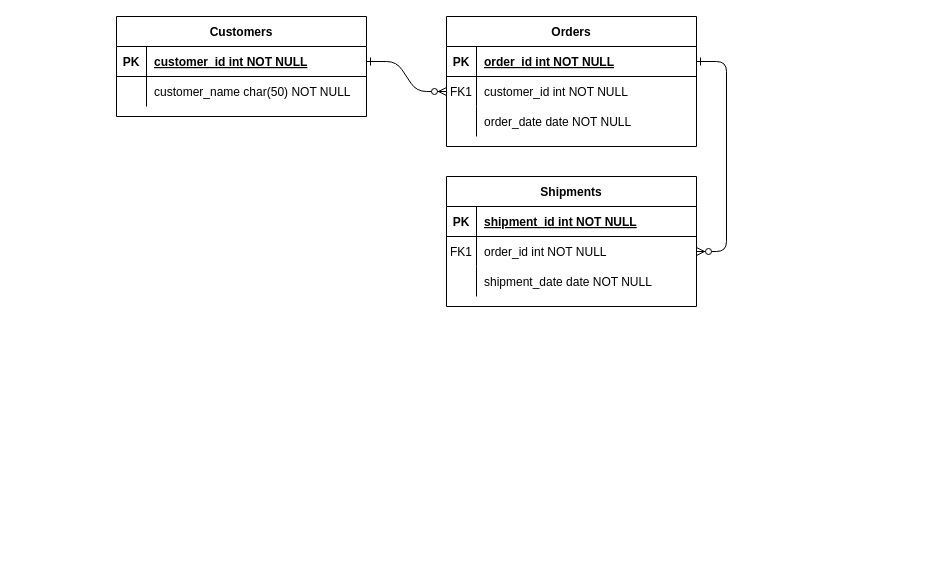
This is Diagrama sem nome.drawio from dogivaldahora/Atividade_1, a draw.io file, before an edit. Source tidied: cells renumbered, new cells numbered last; positions are measured from the earlier drawing's top-left corner, leaving out a move shared by most shapes. Both pictures are drawn from the tidied source at 100%, with x=0, y=0 at pixel (116, 16).
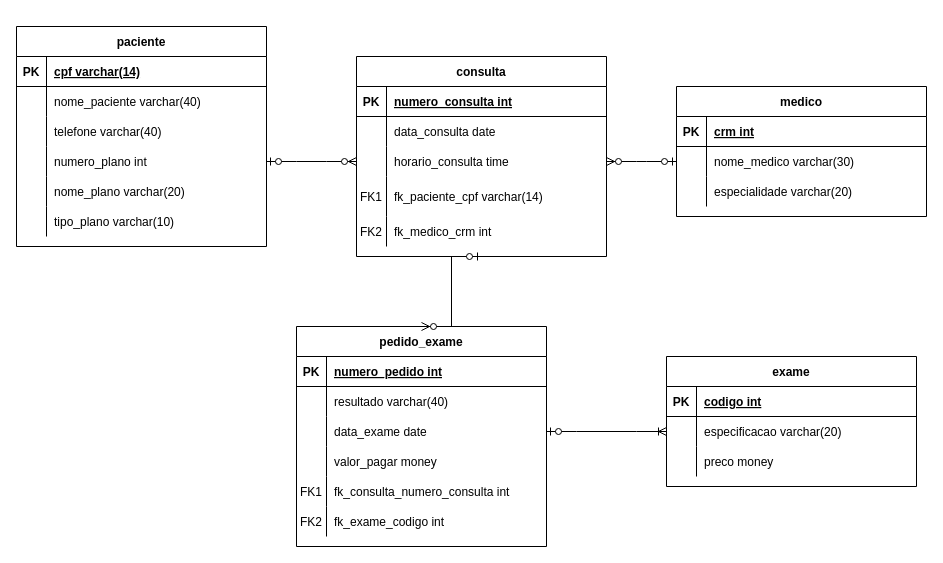
The same page after the edit.

The change refers to these unchanged cells:
```xml
<mxCell id="5" style="shape=partialRectangle;fillColor=none;points=[[0,0.5],[1,0.5]];portConstraint=eastwest;top=0;left=0;right=0;bottom=1;" parent="4" vertex="1">
  <mxGeometry y="30" width="250" height="30" as="geometry" />
</mxCell>
<mxCell id="8" style="shape=partialRectangle;fillColor=none;points=[[0,0.5],[1,0.5]];portConstraint=eastwest;top=0;left=0;right=0;bottom=0;" parent="4" vertex="1">
  <mxGeometry y="60" width="250" height="30" as="geometry" />
</mxCell>
<mxCell id="11" style="shape=partialRectangle;fillColor=none;top=0;left=0;right=0;bottom=0;" parent="4" vertex="1">
  <mxGeometry y="90" width="250" height="30" as="geometry" />
</mxCell>
<mxCell id="15" style="shape=partialRectangle;fillColor=none;top=0;left=0;right=0;bottom=1;" parent="14" vertex="1">
  <mxGeometry y="30" width="250" height="30" as="geometry" />
</mxCell>
<mxCell id="18" style="shape=partialRectangle;fillColor=none;points=[[0,0.5],[1,0.5]];portConstraint=eastwest;top=0;left=0;right=0;bottom=0;" parent="14" vertex="1">
  <mxGeometry y="60" width="250" height="30" as="geometry" />
</mxCell>
<mxCell id="21" style="shape=partialRectangle;fillColor=none;top=0;left=0;right=0;bottom=0;" parent="14" vertex="1">
  <mxGeometry y="90" width="250" height="30" as="geometry" />
</mxCell>
<mxCell id="25" style="shape=partialRectangle;fillColor=none;points=[[0,0.5],[1,0.5]];portConstraint=eastwest;top=0;left=0;right=0;bottom=1;" parent="24" vertex="1">
  <mxGeometry y="30" width="250" height="30" as="geometry" />
</mxCell>
<mxCell id="28" style="shape=partialRectangle;fillColor=none;top=0;left=0;right=0;bottom=0;" parent="24" vertex="1">
  <mxGeometry y="60" width="250" height="30" as="geometry" />
</mxCell>
```

The edit, as a diff of the source:
```diff
@@
-    <mxCell id="2" style="edgeStyle=entityRelationEdgeStyle;endArrow=ERzeroToMany;startArrow=ERone;endFill=1;startFill=0;" parent="1" edge="1" source="25" target="8">
-      <mxGeometry relative="1" as="geometry" />
-    </mxCell>
-    <mxCell id="3" style="edgeStyle=entityRelationEdgeStyle;endArrow=ERzeroToMany;startArrow=ERone;endFill=1;startFill=0;" parent="1" edge="1" source="5" target="18">
-      <mxGeometry relative="1" as="geometry" />
-    </mxCell>
-    <mxCell id="4" value="Orders" style="shape=table;startSize=30;childLayout=tableLayout;rowLines=0;fontStyle=1;align=center;" parent="1" vertex="1">
-      <mxGeometry x="330" width="250" height="130" as="geometry" />
+    <mxCell id="4" value="medico" style="shape=table;startSize=30;childLayout=tableLayout;rowLines=0;fontStyle=1;align=center;" parent="1" vertex="1">
+      <mxGeometry x="560" y="70" width="250" height="130" as="geometry" />
     </mxCell>
@@
-    <mxCell id="7" value="order_id int NOT NULL " style="shape=partialRectangle;overflow=hidden;fillColor=none;top=0;left=0;bottom=0;right=0;align=left;spacingLeft=6;fontStyle=5;" parent="5" vertex="1">
+    <mxCell id="7" value="crm int" style="shape=partialRectangle;overflow=hidden;fillColor=none;top=0;left=0;bottom=0;right=0;align=left;spacingLeft=6;fontStyle=5;" parent="5" vertex="1">
       <mxGeometry x="30" width="220" height="30" as="geometry" />
     </mxCell>
@@
-    <mxCell id="9" value="FK1" style="shape=partialRectangle;overflow=hidden;fillColor=none;top=0;left=0;bottom=0;right=0;" parent="8" vertex="1">
+    <mxCell id="9" style="shape=partialRectangle;overflow=hidden;fillColor=none;top=0;left=0;bottom=0;right=0;" parent="8" vertex="1">
       <mxGeometry width="30" height="30" as="geometry" />
     </mxCell>
-    <mxCell id="10" value="customer_id int NOT NULL" style="shape=partialRectangle;overflow=hidden;fillColor=none;top=0;left=0;bottom=0;right=0;align=left;spacingLeft=6;" parent="8" vertex="1">
+    <mxCell id="10" value="nome_medico varchar(30)" style="shape=partialRectangle;overflow=hidden;fillColor=none;top=0;left=0;bottom=0;right=0;align=left;spacingLeft=6;" parent="8" vertex="1">
       <mxGeometry x="30" width="220" height="30" as="geometry" />
     </mxCell>
@@
-    <mxCell id="13" value="order_date date NOT NULL" style="shape=partialRectangle;overflow=hidden;fillColor=none;top=0;left=0;bottom=0;right=0;align=left;spacingLeft=6;" parent="11" vertex="1">
+    <mxCell id="13" value="especialidade varchar(20)" style="shape=partialRectangle;overflow=hidden;fillColor=none;top=0;left=0;bottom=0;right=0;align=left;spacingLeft=6;" parent="11" vertex="1">
       <mxGeometry x="30" width="220" height="30" as="geometry" />
     </mxCell>
-    <mxCell id="14" value="Shipments" style="shape=table;startSize=30;childLayout=tableLayout;rowLines=0;fontStyle=1;align=center;" parent="1" vertex="1">
-      <mxGeometry x="330" y="160" width="250" height="130" as="geometry" />
+    <mxCell id="14" value="exame" style="shape=table;startSize=30;childLayout=tableLayout;rowLines=0;fontStyle=1;align=center;" parent="1" vertex="1">
+      <mxGeometry x="550" y="340" width="250" height="130" as="geometry" />
     </mxCell>
@@
-    <mxCell id="17" value="shipment_id int NOT NULL " style="shape=partialRectangle;overflow=hidden;fillColor=none;top=0;left=0;bottom=0;right=0;align=left;spacingLeft=6;fontStyle=5;" parent="15" vertex="1">
+    <mxCell id="17" value="codigo int" style="shape=partialRectangle;overflow=hidden;fillColor=none;top=0;left=0;bottom=0;right=0;align=left;spacingLeft=6;fontStyle=5;" parent="15" vertex="1">
       <mxGeometry x="30" width="220" height="30" as="geometry" />
     </mxCell>
@@
-    <mxCell id="19" value="FK1" style="shape=partialRectangle;overflow=hidden;fillColor=none;top=0;left=0;bottom=0;right=0;" parent="18" vertex="1">
+    <mxCell id="19" style="shape=partialRectangle;overflow=hidden;fillColor=none;top=0;left=0;bottom=0;right=0;" parent="18" vertex="1">
       <mxGeometry width="30" height="30" as="geometry" />
     </mxCell>
-    <mxCell id="20" value="order_id int NOT NULL" style="shape=partialRectangle;overflow=hidden;fillColor=none;top=0;left=0;bottom=0;right=0;align=left;spacingLeft=6;" parent="18" vertex="1">
+    <mxCell id="20" value="especificacao varchar(20)" style="shape=partialRectangle;overflow=hidden;fillColor=none;top=0;left=0;bottom=0;right=0;align=left;spacingLeft=6;" parent="18" vertex="1">
       <mxGeometry x="30" width="220" height="30" as="geometry" />
     </mxCell>
@@
-    <mxCell id="23" value="shipment_date date NOT NULL" style="shape=partialRectangle;overflow=hidden;fillColor=none;top=0;left=0;bottom=0;right=0;align=left;spacingLeft=6;" parent="21" vertex="1">
+    <mxCell id="23" value="preco money" style="shape=partialRectangle;overflow=hidden;fillColor=none;top=0;left=0;bottom=0;right=0;align=left;spacingLeft=6;" parent="21" vertex="1">
       <mxGeometry x="30" width="220" height="30" as="geometry" />
     </mxCell>
-    <mxCell id="24" value="Customers" style="shape=table;startSize=30;childLayout=tableLayout;rowLines=0;fontStyle=1;align=center;" parent="1" vertex="1">
-      <mxGeometry width="250" height="100" as="geometry" />
+    <mxCell id="24" value="paciente" style="shape=table;startSize=30;childLayout=tableLayout;rowLines=0;fontStyle=1;align=center;" parent="1" vertex="1">
+      <mxGeometry x="-100" y="10" width="250" height="220" as="geometry" />
     </mxCell>
@@
-    <mxCell id="27" value="customer_id int NOT NULL " style="shape=partialRectangle;overflow=hidden;fillColor=none;top=0;left=0;bottom=0;right=0;align=left;spacingLeft=6;fontStyle=5;" parent="25" vertex="1">
+    <mxCell id="27" value="cpf varchar(14)" style="shape=partialRectangle;overflow=hidden;fillColor=none;top=0;left=0;bottom=0;right=0;align=left;spacingLeft=6;fontStyle=5;" parent="25" vertex="1">
       <mxGeometry x="30" width="220" height="30" as="geometry" />
     </mxCell>
@@
-    <mxCell id="30" value="customer_name char(50) NOT NULL" style="shape=partialRectangle;overflow=hidden;fillColor=none;top=0;left=0;bottom=0;right=0;align=left;spacingLeft=6;" parent="28" vertex="1">
+    <mxCell id="30" value="nome_paciente varchar(40)" style="shape=partialRectangle;overflow=hidden;fillColor=none;top=0;left=0;bottom=0;right=0;align=left;spacingLeft=6;" parent="28" vertex="1">
       <mxGeometry x="30" width="220" height="30" as="geometry" />
     </mxCell>
+    <mxCell id="31" style="shape=partialRectangle;fillColor=none;top=0;left=0;right=0;bottom=0;" parent="24" vertex="1">
+      <mxGeometry y="90" width="250" height="30" as="geometry" />
+    </mxCell>
+    <mxCell id="32" style="shape=partialRectangle;overflow=hidden;fillColor=none;top=0;left=0;bottom=0;right=0;" parent="31" vertex="1">
+      <mxGeometry width="30" height="30" as="geometry" />
+    </mxCell>
+    <mxCell id="33" value="telefone varchar(40)" style="shape=partialRectangle;overflow=hidden;fillColor=none;top=0;left=0;bottom=0;right=0;align=left;spacingLeft=6;" parent="31" vertex="1">
+      <mxGeometry x="30" width="220" height="30" as="geometry" />
+    </mxCell>
+    <mxCell id="34" style="shape=partialRectangle;fillColor=none;points=[[0,0.5],[1,0.5]];portConstraint=eastwest;top=0;left=0;right=0;bottom=0;" parent="24" vertex="1">
+      <mxGeometry y="120" width="250" height="30" as="geometry" />
+    </mxCell>
+    <mxCell id="35" style="shape=partialRectangle;overflow=hidden;fillColor=none;top=0;left=0;bottom=0;right=0;" parent="34" vertex="1">
+      <mxGeometry width="30" height="30" as="geometry" />
+    </mxCell>
+    <mxCell id="36" value="numero_plano int" style="shape=partialRectangle;overflow=hidden;fillColor=none;top=0;left=0;bottom=0;right=0;align=left;spacingLeft=6;" parent="34" vertex="1">
+      <mxGeometry x="30" width="220" height="30" as="geometry" />
+    </mxCell>
+    <mxCell id="37" style="shape=partialRectangle;fillColor=none;top=0;left=0;right=0;bottom=0;" parent="24" vertex="1">
+      <mxGeometry y="150" width="250" height="30" as="geometry" />
+    </mxCell>
+    <mxCell id="38" style="shape=partialRectangle;overflow=hidden;fillColor=none;top=0;left=0;bottom=0;right=0;" parent="37" vertex="1">
+      <mxGeometry width="30" height="30" as="geometry" />
+    </mxCell>
+    <mxCell id="39" value="nome_plano varchar(20)" style="shape=partialRectangle;overflow=hidden;fillColor=none;top=0;left=0;bottom=0;right=0;align=left;spacingLeft=6;" parent="37" vertex="1">
+      <mxGeometry x="30" width="220" height="30" as="geometry" />
+    </mxCell>
+    <mxCell id="40" style="shape=partialRectangle;fillColor=none;top=0;left=0;right=0;bottom=0;" parent="24" vertex="1">
+      <mxGeometry y="180" width="250" height="30" as="geometry" />
+    </mxCell>
+    <mxCell id="41" style="shape=partialRectangle;overflow=hidden;fillColor=none;top=0;left=0;bottom=0;right=0;" parent="40" vertex="1">
+      <mxGeometry width="30" height="30" as="geometry" />
+    </mxCell>
+    <mxCell id="42" value="tipo_plano varchar(10)" style="shape=partialRectangle;overflow=hidden;fillColor=none;top=0;left=0;bottom=0;right=0;align=left;spacingLeft=6;" parent="40" vertex="1">
+      <mxGeometry x="30" width="220" height="30" as="geometry" />
+    </mxCell>
+    <mxCell id="43" value="consulta" style="shape=table;startSize=30;childLayout=tableLayout;rowLines=0;fontStyle=1;align=center;" parent="1" vertex="1">
+      <mxGeometry x="240" y="40" width="250" height="200" as="geometry" />
+    </mxCell>
+    <mxCell id="44" style="shape=partialRectangle;fillColor=none;top=0;left=0;right=0;bottom=1;" parent="43" vertex="1">
+      <mxGeometry y="30" width="250" height="30" as="geometry" />
+    </mxCell>
+    <mxCell id="45" value="PK" style="shape=partialRectangle;overflow=hidden;fillColor=none;top=0;left=0;bottom=0;right=0;fontStyle=1;" parent="44" vertex="1">
+      <mxGeometry width="30" height="30" as="geometry" />
+    </mxCell>
+    <mxCell id="46" value="numero_consulta int" style="shape=partialRectangle;overflow=hidden;fillColor=none;top=0;left=0;bottom=0;right=0;align=left;spacingLeft=6;fontStyle=5;" parent="44" vertex="1">
+      <mxGeometry x="30" width="220" height="30" as="geometry" />
+    </mxCell>
+    <mxCell id="47" style="shape=partialRectangle;fillColor=none;top=0;left=0;right=0;bottom=0;" parent="43" vertex="1">
+      <mxGeometry y="60" width="250" height="30" as="geometry" />
+    </mxCell>
+    <mxCell id="48" style="shape=partialRectangle;overflow=hidden;fillColor=none;top=0;left=0;bottom=0;right=0;" parent="47" vertex="1">
+      <mxGeometry width="30" height="30" as="geometry" />
+    </mxCell>
+    <mxCell id="49" value="data_consulta date" style="shape=partialRectangle;overflow=hidden;fillColor=none;top=0;left=0;bottom=0;right=0;align=left;spacingLeft=6;" parent="47" vertex="1">
+      <mxGeometry x="30" width="220" height="30" as="geometry" />
+    </mxCell>
+    <mxCell id="50" style="shape=partialRectangle;fillColor=none;points=[[0,0.5],[1,0.5]];portConstraint=eastwest;top=0;left=0;right=0;bottom=0;" parent="43" vertex="1">
+      <mxGeometry y="90" width="250" height="30" as="geometry" />
+    </mxCell>
+    <mxCell id="51" style="shape=partialRectangle;overflow=hidden;fillColor=none;top=0;left=0;bottom=0;right=0;" parent="50" vertex="1">
+      <mxGeometry width="30" height="30" as="geometry" />
+    </mxCell>
+    <mxCell id="52" value="horario_consulta time" style="shape=partialRectangle;overflow=hidden;fillColor=none;top=0;left=0;bottom=0;right=0;align=left;spacingLeft=6;" parent="50" vertex="1">
+      <mxGeometry x="30" width="220" height="30" as="geometry" />
+    </mxCell>
+    <mxCell id="53" style="shape=partialRectangle;fillColor=none;top=0;left=0;right=0;bottom=0;" parent="43" vertex="1">
+      <mxGeometry y="120" width="250" height="40" as="geometry" />
+    </mxCell>
+    <mxCell id="54" value="FK1" style="shape=partialRectangle;overflow=hidden;fillColor=none;top=0;left=0;bottom=0;right=0;" parent="53" vertex="1">
+      <mxGeometry width="30" height="40" as="geometry" />
+    </mxCell>
+    <mxCell id="55" value="fk_paciente_cpf varchar(14)" style="shape=partialRectangle;overflow=hidden;fillColor=none;top=0;left=0;bottom=0;right=0;align=left;spacingLeft=6;" parent="53" vertex="1">
+      <mxGeometry x="30" width="220" height="40" as="geometry" />
+    </mxCell>
+    <mxCell id="56" style="shape=partialRectangle;fillColor=none;top=0;left=0;right=0;bottom=0;" parent="43" vertex="1">
+      <mxGeometry y="160" width="250" height="30" as="geometry" />
+    </mxCell>
+    <mxCell id="57" value="FK2" style="shape=partialRectangle;overflow=hidden;fillColor=none;top=0;left=0;bottom=0;right=0;" parent="56" vertex="1">
+      <mxGeometry width="30" height="30" as="geometry" />
+    </mxCell>
+    <mxCell id="58" value="fk_medico_crm int" style="shape=partialRectangle;overflow=hidden;fillColor=none;top=0;left=0;bottom=0;right=0;align=left;spacingLeft=6;" parent="56" vertex="1">
+      <mxGeometry x="30" width="220" height="30" as="geometry" />
+    </mxCell>
+    <mxCell id="59" value="pedido_exame" style="shape=table;startSize=30;childLayout=tableLayout;rowLines=0;fontStyle=1;align=center;" parent="1" vertex="1">
+      <mxGeometry x="180" y="310" width="250" height="220" as="geometry" />
+    </mxCell>
+    <mxCell id="60" style="shape=partialRectangle;fillColor=none;top=0;left=0;right=0;bottom=1;" parent="59" vertex="1">
+      <mxGeometry y="30" width="250" height="30" as="geometry" />
+    </mxCell>
+    <mxCell id="61" value="PK" style="shape=partialRectangle;overflow=hidden;fillColor=none;top=0;left=0;bottom=0;right=0;fontStyle=1;" parent="60" vertex="1">
+      <mxGeometry width="30" height="30" as="geometry" />
+    </mxCell>
+    <mxCell id="62" value="numero_pedido int" style="shape=partialRectangle;overflow=hidden;fillColor=none;top=0;left=0;bottom=0;right=0;align=left;spacingLeft=6;fontStyle=5;" parent="60" vertex="1">
+      <mxGeometry x="30" width="220" height="30" as="geometry" />
+    </mxCell>
+    <mxCell id="63" style="shape=partialRectangle;fillColor=none;top=0;left=0;right=0;bottom=0;" parent="59" vertex="1">
+      <mxGeometry y="60" width="250" height="30" as="geometry" />
+    </mxCell>
+    <mxCell id="64" style="shape=partialRectangle;overflow=hidden;fillColor=none;top=0;left=0;bottom=0;right=0;" parent="63" vertex="1">
+      <mxGeometry width="30" height="30" as="geometry" />
+    </mxCell>
+    <mxCell id="65" value="resultado varchar(40)" style="shape=partialRectangle;overflow=hidden;fillColor=none;top=0;left=0;bottom=0;right=0;align=left;spacingLeft=6;" parent="63" vertex="1">
+      <mxGeometry x="30" width="220" height="30" as="geometry" />
+    </mxCell>
+    <mxCell id="66" style="shape=partialRectangle;fillColor=none;points=[[0,0.5],[1,0.5]];portConstraint=eastwest;top=0;left=0;right=0;bottom=0;" parent="59" vertex="1">
+      <mxGeometry y="90" width="250" height="30" as="geometry" />
+    </mxCell>
+    <mxCell id="67" style="shape=partialRectangle;overflow=hidden;fillColor=none;top=0;left=0;bottom=0;right=0;" parent="66" vertex="1">
+      <mxGeometry width="30" height="30" as="geometry" />
+    </mxCell>
+    <mxCell id="68" value="data_exame date" style="shape=partialRectangle;overflow=hidden;fillColor=none;top=0;left=0;bottom=0;right=0;align=left;spacingLeft=6;" parent="66" vertex="1">
+      <mxGeometry x="30" width="220" height="30" as="geometry" />
+    </mxCell>
+    <mxCell id="69" style="shape=partialRectangle;fillColor=none;top=0;left=0;right=0;bottom=0;" parent="59" vertex="1">
+      <mxGeometry y="120" width="250" height="30" as="geometry" />
+    </mxCell>
+    <mxCell id="70" style="shape=partialRectangle;overflow=hidden;fillColor=none;top=0;left=0;bottom=0;right=0;" parent="69" vertex="1">
+      <mxGeometry width="30" height="30" as="geometry" />
+    </mxCell>
+    <mxCell id="71" value="valor_pagar money" style="shape=partialRectangle;overflow=hidden;fillColor=none;top=0;left=0;bottom=0;right=0;align=left;spacingLeft=6;" parent="69" vertex="1">
+      <mxGeometry x="30" width="220" height="30" as="geometry" />
+    </mxCell>
+    <mxCell id="72" style="shape=partialRectangle;fillColor=none;top=0;left=0;right=0;bottom=0;" parent="59" vertex="1">
+      <mxGeometry y="150" width="250" height="30" as="geometry" />
+    </mxCell>
+    <mxCell id="73" value="FK1" style="shape=partialRectangle;overflow=hidden;fillColor=none;top=0;left=0;bottom=0;right=0;" parent="72" vertex="1">
+      <mxGeometry width="30" height="30" as="geometry" />
+    </mxCell>
+    <mxCell id="74" value="fk_consulta_numero_consulta int" style="shape=partialRectangle;overflow=hidden;fillColor=none;top=0;left=0;bottom=0;right=0;align=left;spacingLeft=6;" parent="72" vertex="1">
+      <mxGeometry x="30" width="220" height="30" as="geometry" />
+    </mxCell>
+    <mxCell id="75" style="shape=partialRectangle;fillColor=none;top=0;left=0;right=0;bottom=0;" parent="59" vertex="1">
+      <mxGeometry y="180" width="250" height="30" as="geometry" />
+    </mxCell>
+    <mxCell id="76" value="FK2" style="shape=partialRectangle;overflow=hidden;fillColor=none;top=0;left=0;bottom=0;right=0;" parent="75" vertex="1">
+      <mxGeometry width="30" height="30" as="geometry" />
+    </mxCell>
+    <mxCell id="77" value="fk_exame_codigo int" style="shape=partialRectangle;overflow=hidden;fillColor=none;top=0;left=0;bottom=0;right=0;align=left;spacingLeft=6;" parent="75" vertex="1">
+      <mxGeometry x="30" width="220" height="30" as="geometry" />
+    </mxCell>
+    <mxCell id="78" style="edgeStyle=entityRelationEdgeStyle;fontSize=12;html=1;endArrow=ERzeroToMany;startArrow=ERzeroToOne;rounded=0;exitX=1;exitY=0.5;exitDx=0;exitDy=0;entryX=0;entryY=0.5;entryDx=0;entryDy=0;" parent="1" edge="1" source="34" target="50">
+      <mxGeometry relative="1" as="geometry" />
+    </mxCell>
+    <mxCell id="79" style="edgeStyle=entityRelationEdgeStyle;fontSize=12;html=1;endArrow=ERzeroToMany;startArrow=ERzeroToOne;rounded=0;exitX=0;exitY=0.5;exitDx=0;exitDy=0;entryX=1;entryY=0.5;entryDx=0;entryDy=0;" parent="1" edge="1" source="8" target="50">
+      <mxGeometry relative="1" as="geometry" />
+    </mxCell>
+    <mxCell id="80" style="edgeStyle=entityRelationEdgeStyle;fontSize=12;html=1;endArrow=ERzeroToMany;startArrow=ERzeroToOne;rounded=0;entryX=0.5;entryY=0;entryDx=0;entryDy=0;exitX=0.5;exitY=1;exitDx=0;exitDy=0;" parent="1" edge="1" source="43" target="59">
+      <mxGeometry relative="1" as="geometry" />
+    </mxCell>
+    <mxCell id="81" style="edgeStyle=entityRelationEdgeStyle;fontSize=12;html=1;endArrow=ERoneToMany;startArrow=ERzeroToOne;rounded=0;entryX=0;entryY=0.5;entryDx=0;entryDy=0;exitX=1;exitY=0.5;exitDx=0;exitDy=0;" parent="1" edge="1" source="66" target="18">
+      <mxGeometry relative="1" as="geometry" />
+    </mxCell>
```
